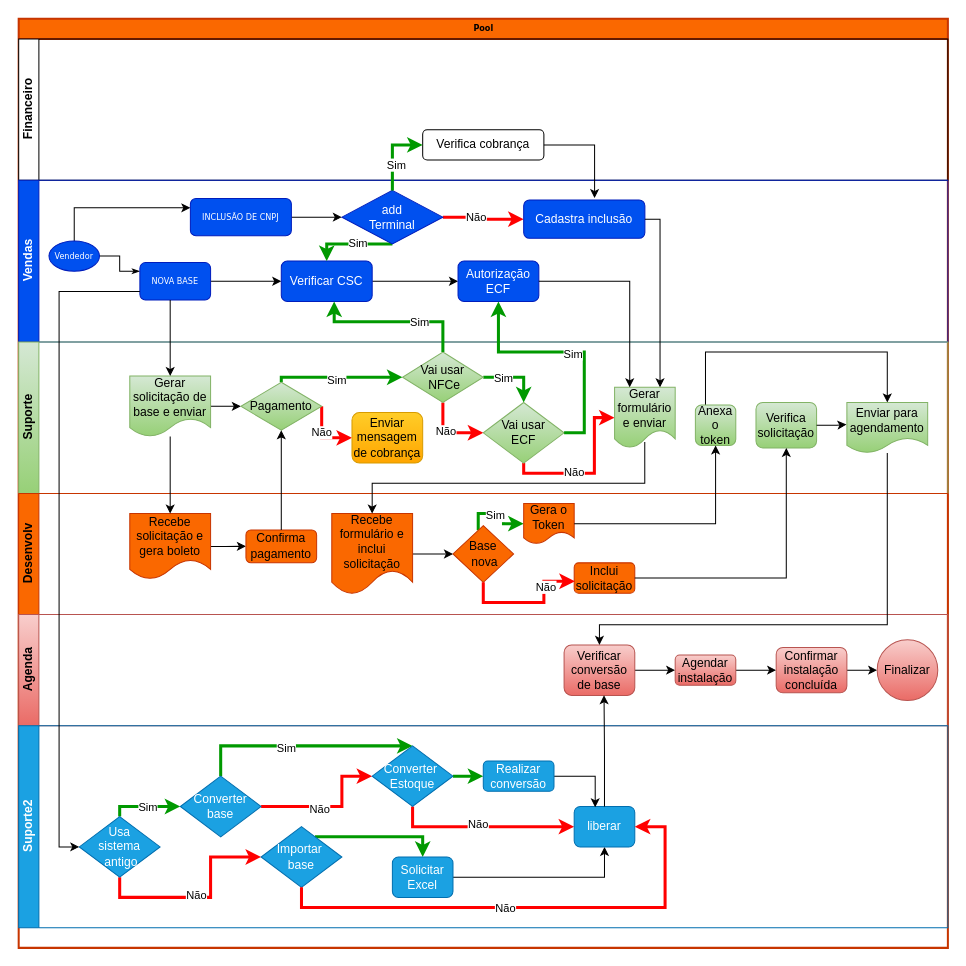
Bortolucio/DESCOMPLICA keeps this draw.io diagram as Diagrama sem nome.drawio. Above is the earlier version. Source tidied: cells renumbered, new cells numbered last; positions are measured from the earlier drawing's top-left corner, leaving out a move shared by most shapes. Both pictures are drawn from the tidied source at 101%, with x=0, y=0 at pixel (18, 18).
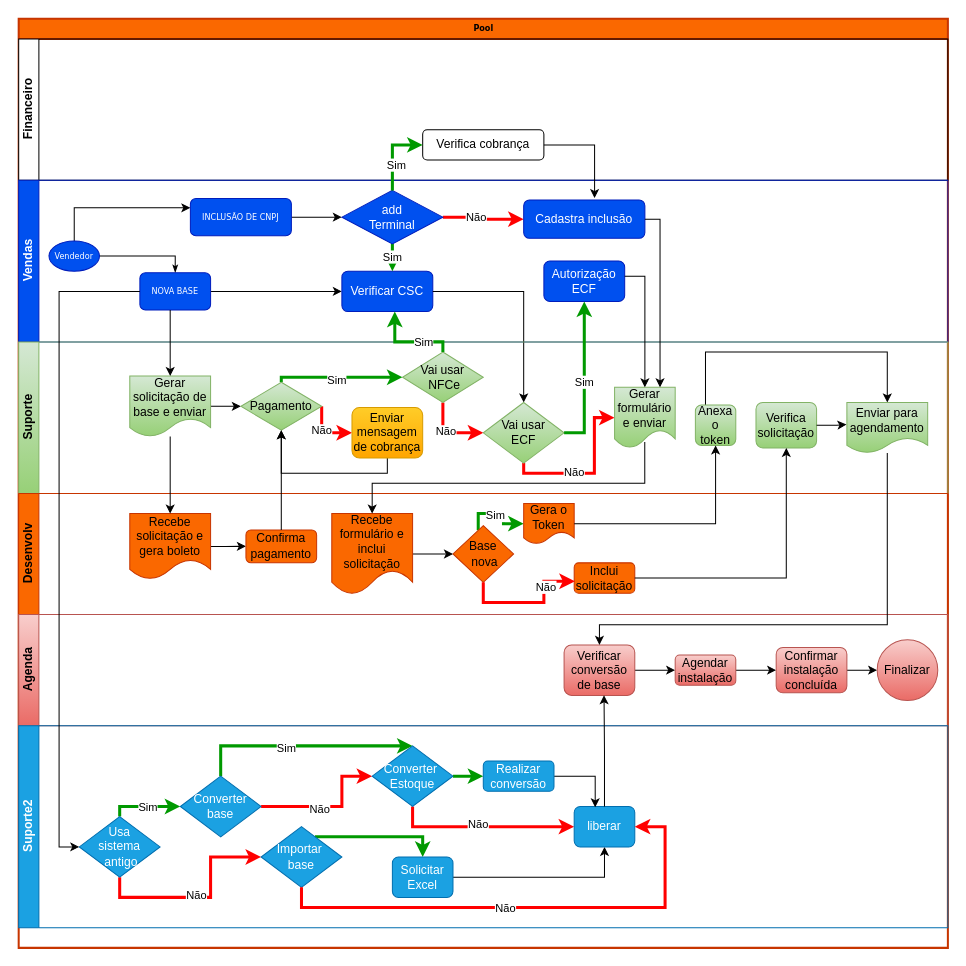
The same diagram, later.

The change refers to these unchanged cells:
```xml
<mxCell id="5" value="Vendas" style="swimlane;html=1;startSize=20;horizontal=0;fillColor=#0050ef;strokeColor=#001DBC;fontColor=#ffffff;" parent="2" vertex="1">
  <mxGeometry y="160" width="920" height="160" as="geometry" />
</mxCell>
<mxCell id="8" value="Vendedor" style="ellipse;whiteSpace=wrap;html=1;rounded=0;shadow=0;labelBackgroundColor=none;strokeWidth=1;fontFamily=Verdana;fontSize=8;align=center;fillColor=#0050ef;strokeColor=#001DBC;fontColor=#ffffff;" parent="5" vertex="1">
  <mxGeometry x="30" y="60" width="50" height="30" as="geometry" />
</mxCell>
<mxCell id="20" value="add&lt;br&gt;Terminal" style="rhombus;whiteSpace=wrap;html=1;fillColor=#0050ef;fontColor=#ffffff;strokeColor=#001DBC;" parent="5" vertex="1">
  <mxGeometry x="320" y="10" width="100" height="53" as="geometry" />
</mxCell>
<mxCell id="22" value="Suporte" style="swimlane;html=1;startSize=20;horizontal=0;fillColor=#d5e8d4;strokeColor=#82b366;gradientColor=#97d077;" parent="2" vertex="1">
  <mxGeometry y="320" width="920" height="150" as="geometry" />
</mxCell>
<mxCell id="29" value="Pagamento" style="rhombus;whiteSpace=wrap;html=1;fillColor=#d5e8d4;strokeColor=#82b366;gradientColor=#97d077;" parent="22" vertex="1">
  <mxGeometry x="220" y="40" width="80" height="47.5" as="geometry" />
</mxCell>
<mxCell id="35" value="Vai usar&lt;br&gt;&amp;nbsp;NFCe" style="rhombus;whiteSpace=wrap;html=1;fillColor=#d5e8d4;strokeColor=#82b366;gradientColor=#97d077;" parent="22" vertex="1">
  <mxGeometry x="380" y="10" width="80" height="50" as="geometry" />
</mxCell>
<mxCell id="38" value="Vai usar&lt;br&gt;ECF" style="rhombus;whiteSpace=wrap;html=1;fillColor=#d5e8d4;strokeColor=#82b366;gradientColor=#97d077;" parent="22" vertex="1">
  <mxGeometry x="460" y="60" width="80" height="60" as="geometry" />
</mxCell>
<mxCell id="39" value="Gerar formulário e enviar" style="shape=document;whiteSpace=wrap;html=1;boundedLbl=1;fillColor=#d5e8d4;strokeColor=#82b366;gradientColor=#97d077;" parent="22" vertex="1">
  <mxGeometry x="590" y="45" width="60" height="60" as="geometry" />
</mxCell>
```

The edit, as a diff of the source:
```diff
@@
-    <mxCell id="2" value="Pool" style="swimlane;html=1;horizontal=1;startSize=20;rounded=0;shadow=0;labelBackgroundColor=none;strokeWidth=2;fontFamily=Verdana;fontSize=8;align=center;fillColor=#fa6800;fontColor=#000000;strokeColor=#C73500;" parent="1" vertex="1">
+    <mxCell id="2" value="Pool" style="swimlane;html=1;horizontal=1;startSize=20;rounded=0;shadow=0;labelBackgroundColor=none;strokeWidth=2;fontFamily=Verdana;fontSize=8;align=center;fillColor=#FA6800;fontColor=#000000;strokeColor=#C73500;" parent="1" vertex="1">
       <mxGeometry width="920" height="920" as="geometry" />
     </mxCell>
@@
     <mxCell id="6" style="edgeStyle=orthogonalEdgeStyle;rounded=0;html=1;labelBackgroundColor=none;startArrow=none;startFill=0;startSize=5;endArrow=classicThin;endFill=1;endSize=5;jettySize=auto;strokeWidth=1;fontFamily=Verdana;fontSize=8;" parent="5" edge="1" source="8" target="10">
       <mxGeometry relative="1" as="geometry">
         <Array as="points">
-          <mxPoint x="100" y="75" />
-          <mxPoint x="100" y="90" />
+          <mxPoint x="155" y="75" />
         </Array>
       </mxGeometry>
     </mxCell>
@@
     <mxCell id="10" value="NOVA BASE" style="rounded=1;whiteSpace=wrap;html=1;shadow=0;labelBackgroundColor=none;strokeWidth=1;fontFamily=Verdana;fontSize=8;align=center;fillColor=#0050ef;strokeColor=#001DBC;fontColor=#ffffff;" parent="5" vertex="1">
-      <mxGeometry x="120" y="81.5" width="70" height="37" as="geometry" />
+      <mxGeometry x="120" y="91.5" width="70" height="37" as="geometry" />
     </mxCell>
@@
-    <mxCell id="13" style="edgeStyle=orthogonalEdgeStyle;rounded=0;jettySize=auto;html=1;entryX=0;entryY=0.5;entryDx=0;entryDy=0;" parent="5" edge="1" source="14" target="15">
-      <mxGeometry relative="1" as="geometry" />
-    </mxCell>
     <mxCell id="14" value="Verificar CSC" style="rounded=1;whiteSpace=wrap;html=1;fillColor=#0050ef;strokeColor=#001DBC;fontColor=#ffffff;" parent="5" vertex="1">
-      <mxGeometry x="260" y="80" width="90" height="40" as="geometry" />
+      <mxGeometry x="320" y="90" width="90" height="40" as="geometry" />
     </mxCell>
     <mxCell id="15" value="Autorização ECF" style="rounded=1;whiteSpace=wrap;html=1;fillColor=#0050ef;strokeColor=#001DBC;fontColor=#ffffff;" parent="5" vertex="1">
-      <mxGeometry x="435" y="80" width="80" height="40" as="geometry" />
+      <mxGeometry x="520" y="80" width="80" height="40" as="geometry" />
     </mxCell>
     <mxCell id="16" style="edgeStyle=orthogonalEdgeStyle;rounded=0;jettySize=auto;html=1;exitX=0.5;exitY=1;exitDx=0;exitDy=0;strokeWidth=3;strokeColor=#009900;" parent="5" edge="1" source="20" target="14">
       <mxGeometry relative="1" as="geometry">
         <Array as="points">
-          <mxPoint x="305" y="63" />
+          <mxPoint x="370" y="70" />
+          <mxPoint x="370" y="70" />
         </Array>
       </mxGeometry>
     </mxCell>
@@
+    <mxCell id="108" style="edgeStyle=orthogonalEdgeStyle;rounded=0;jettySize=auto;html=1;entryX=0.5;entryY=0;entryDx=0;entryDy=0;" parent="5" edge="1" source="14" target="38">
+      <mxGeometry relative="1" as="geometry">
+        <Array as="points">
+          <mxPoint x="500" y="110" />
+        </Array>
+      </mxGeometry>
+    </mxCell>
@@
     <mxCell id="25" style="edgeStyle=orthogonalEdgeStyle;rounded=0;jettySize=auto;html=1;exitX=1;exitY=0.5;exitDx=0;exitDy=0;entryX=0;entryY=0.5;entryDx=0;entryDy=0;strokeWidth=3;strokeColor=#ff0000;" parent="22" edge="1" source="29" target="30">
       <mxGeometry relative="1" as="geometry">
         <Array as="points">
-          <mxPoint x="300" y="95" />
-          <mxPoint x="330" y="95" />
+          <mxPoint x="300" y="90" />
         </Array>
       </mxGeometry>
     </mxCell>
@@
+    <mxCell id="109" style="edgeStyle=orthogonalEdgeStyle;rounded=0;jettySize=auto;html=1;entryX=0.5;entryY=1;entryDx=0;entryDy=0;strokeColor=#000000;" parent="22" edge="1" source="30" target="29">
+      <mxGeometry relative="1" as="geometry">
+        <Array as="points">
+          <mxPoint x="365" y="130" />
+          <mxPoint x="260" y="130" />
+        </Array>
+      </mxGeometry>
+    </mxCell>
     <mxCell id="30" value="Enviar mensagem de cobrança" style="rounded=1;whiteSpace=wrap;html=1;fillColor=#ffcd28;strokeColor=#d79b00;gradientColor=#ffa500;" parent="22" vertex="1">
-      <mxGeometry x="330" y="70" width="70" height="50" as="geometry" />
+      <mxGeometry x="330" y="65" width="70" height="50" as="geometry" />
     </mxCell>
@@
-    <mxCell id="33" style="edgeStyle=orthogonalEdgeStyle;rounded=0;jettySize=auto;html=1;entryX=0.5;entryY=0;entryDx=0;entryDy=0;strokeColor=#009900;strokeWidth=3;" parent="22" edge="1" source="35" target="38">
-      <mxGeometry relative="1" as="geometry">
-        <Array as="points">
-          <mxPoint x="500" y="35" />
-        </Array>
-      </mxGeometry>
-    </mxCell>
-    <mxCell id="34" value="Sim" style="edgeLabel;html=1;align=center;verticalAlign=middle;" parent="33" vertex="1">
-      <mxGeometry x="-0.42" relative="1" as="geometry" />
-    </mxCell>
@@
+    <mxCell id="107" style="edgeStyle=orthogonalEdgeStyle;rounded=0;jettySize=auto;html=1;" parent="22" edge="1" target="39">
+      <mxGeometry relative="1" as="geometry">
+        <mxPoint x="600" y="-65" as="sourcePoint" />
+        <Array as="points">
+          <mxPoint x="620" y="-65" />
+        </Array>
+      </mxGeometry>
+    </mxCell>
-    <mxCell id="45" value="Desenvolv" style="swimlane;html=1;startSize=20;horizontal=0;fillColor=#fa6800;fontColor=#000000;strokeColor=#C73500;" parent="2" vertex="1">
+    <mxCell id="45" value="Desenvolv" style="swimlane;html=1;startSize=20;horizontal=0;fillColor=#FA6800;fontColor=#000000;strokeColor=#C73500;" parent="2" vertex="1">
       <mxGeometry y="470" width="920" height="120" as="geometry" />
     </mxCell>
@@
     <mxCell id="101" style="edgeStyle=orthogonalEdgeStyle;rounded=0;jettySize=auto;html=1;entryX=0.582;entryY=1;entryDx=0;entryDy=0;entryPerimeter=0;strokeWidth=3;strokeColor=#009900;" parent="2" edge="1" source="35" target="14">
       <mxGeometry relative="1" as="geometry">
         <Array as="points">
-          <mxPoint x="420" y="300" />
-          <mxPoint x="312" y="300" />
+          <mxPoint x="420" y="320" />
+          <mxPoint x="372" y="320" />
         </Array>
       </mxGeometry>
     </mxCell>
@@
-    <mxCell id="107" style="edgeStyle=orthogonalEdgeStyle;rounded=0;jettySize=auto;html=1;entryX=0.25;entryY=0;entryDx=0;entryDy=0;" parent="2" edge="1" source="15" target="39">
-      <mxGeometry relative="1" as="geometry" />
-    </mxCell>
```
